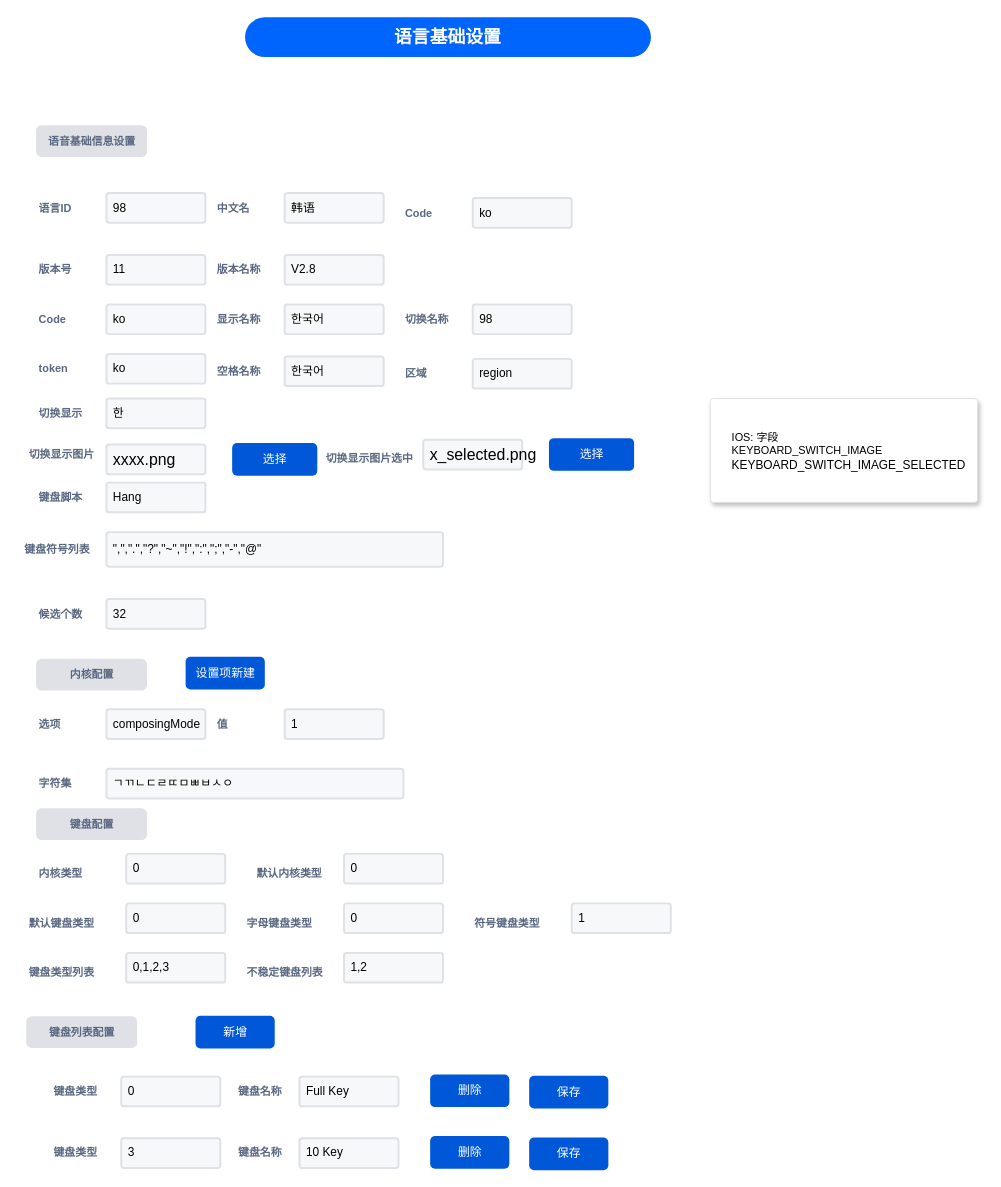
Before: layout-editor/语言基本信息.drawio in chonglv/charts, a draw.io diagram. Source tidied: cells renumbered, new cells numbered last; positions are measured from the earlier drawing's top-left corner, leaving out a move shared by most shapes. Both pictures are drawn from the tidied source at 99%, with x=0, y=0 at pixel (27, 17).
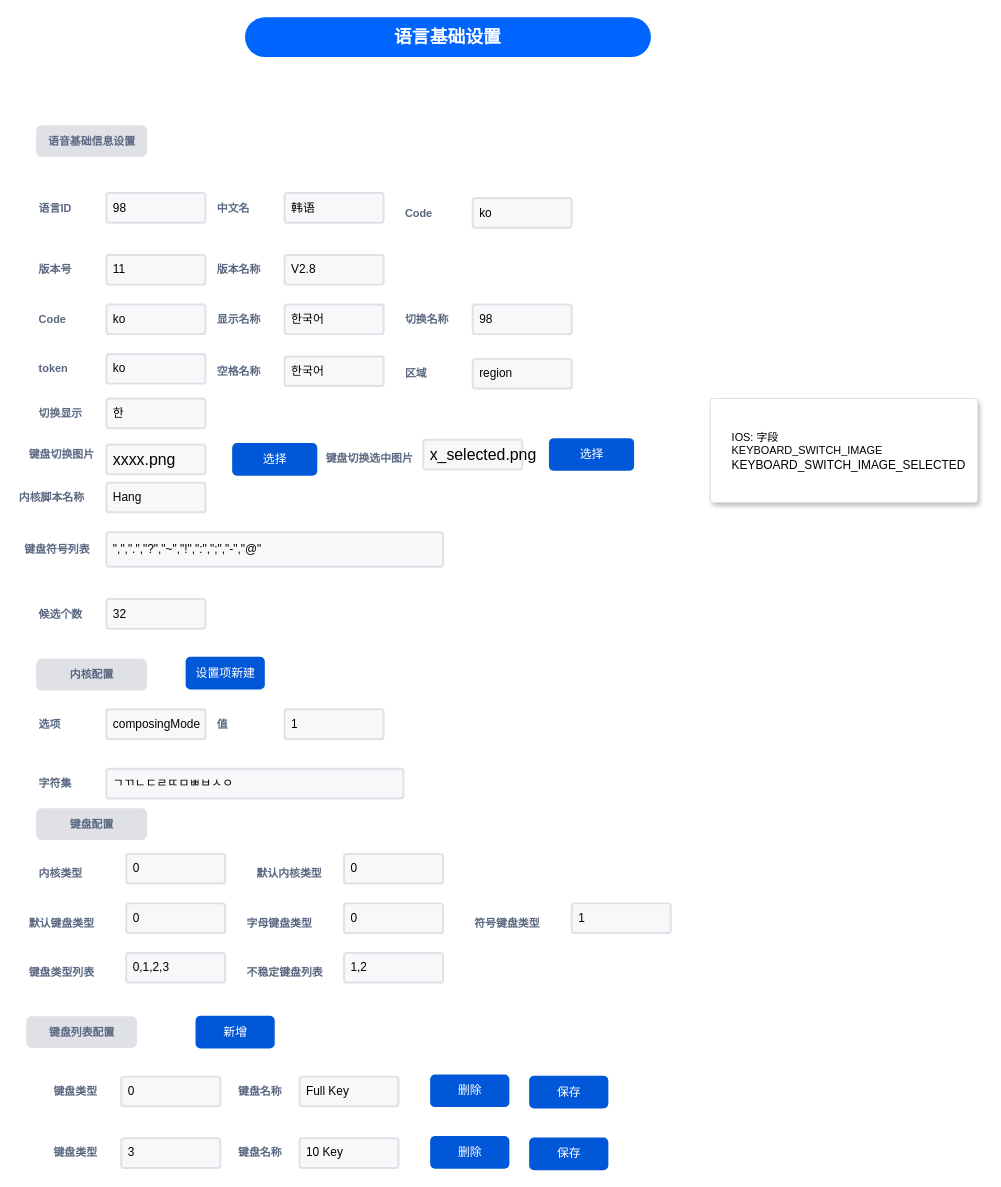
Above is the later version.

Commit message:
更新语言基本信息.drawio

What changed in the source:
```diff
@@
-    <mxCell id="42" value="切换显示图片" style="fillColor=none;strokeColor=none;html=1;fontSize=11;fontStyle=0;align=left;fontColor=#596780;fontStyle=1;fontSize=11;" parent="1" vertex="1">
+    <mxCell id="42" value="键盘切换图片" style="fillColor=none;strokeColor=none;html=1;fontSize=11;fontStyle=0;align=left;fontColor=#596780;fontStyle=1;fontSize=11;" parent="1" vertex="1">
       <mxGeometry y="431.6" width="60" height="20" as="geometry" />
     </mxCell>
@@
-    <mxCell id="46" value="键盘脚本" style="fillColor=none;strokeColor=none;html=1;fontSize=11;fontStyle=0;align=left;fontColor=#596780;fontStyle=1;fontSize=11;" parent="1" vertex="1">
-      <mxGeometry x="10" y="475" width="60" height="20" as="geometry" />
+    <mxCell id="46" value="内核脚本名称" style="fillColor=none;strokeColor=none;html=1;fontSize=11;fontStyle=0;align=left;fontColor=#596780;fontStyle=1;fontSize=11;" parent="1" vertex="1">
+      <mxGeometry x="-10" y="475" width="60" height="20" as="geometry" />
     </mxCell>
@@
-    <mxCell id="77" value="切换显示图片选中" style="fillColor=none;strokeColor=none;html=1;fontSize=11;fontStyle=0;align=left;fontColor=#596780;fontStyle=1;fontSize=11;" parent="1" vertex="1">
+    <mxCell id="77" value="键盘切换选中图片" style="fillColor=none;strokeColor=none;html=1;fontSize=11;fontStyle=0;align=left;fontColor=#596780;fontStyle=1;fontSize=11;" parent="1" vertex="1">
       <mxGeometry x="300" y="435.5" width="60" height="20" as="geometry" />
     </mxCell>
```
